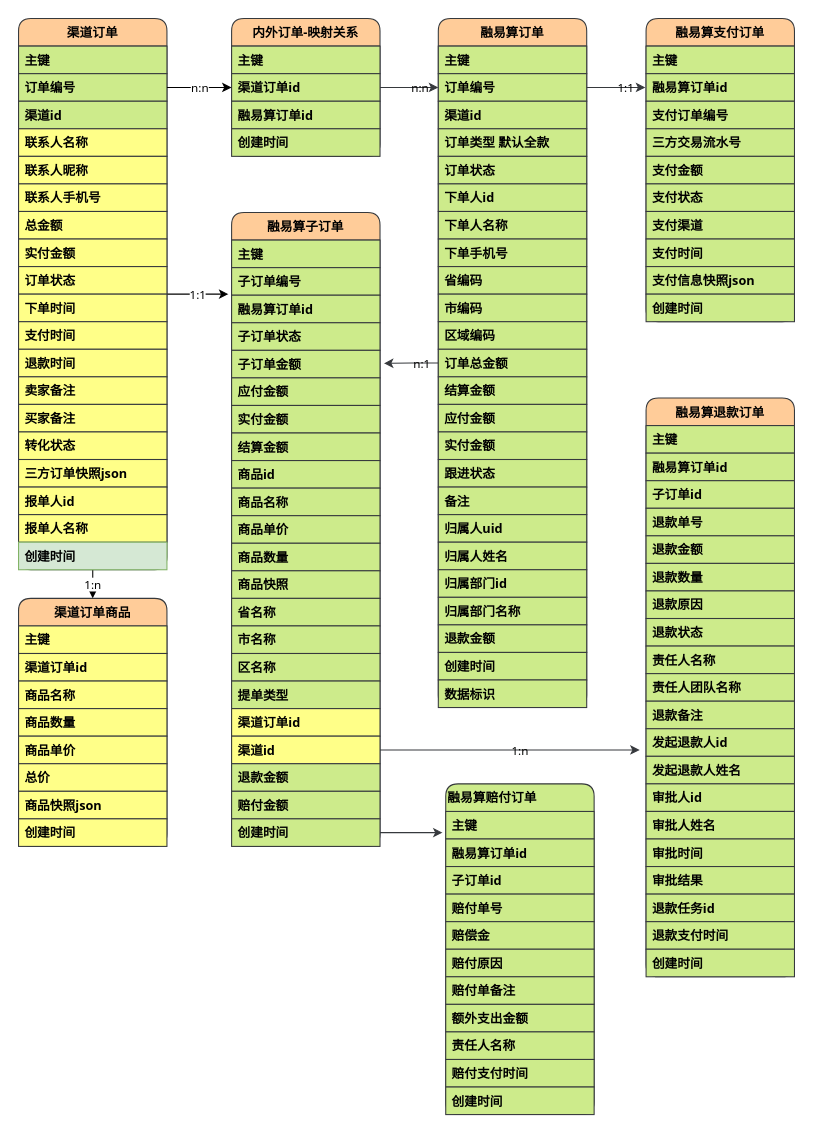
Before: 渠道订单DB.drawio in zhaoershuang/flow-chart, a draw.io diagram. Source tidied: cells renumbered, new cells numbered last; positions are measured from the earlier drawing's top-left corner, leaving out a move shared by most shapes. Both pictures are drawn from the tidied source at 106%, with x=0, y=0 at pixel (18, 18).
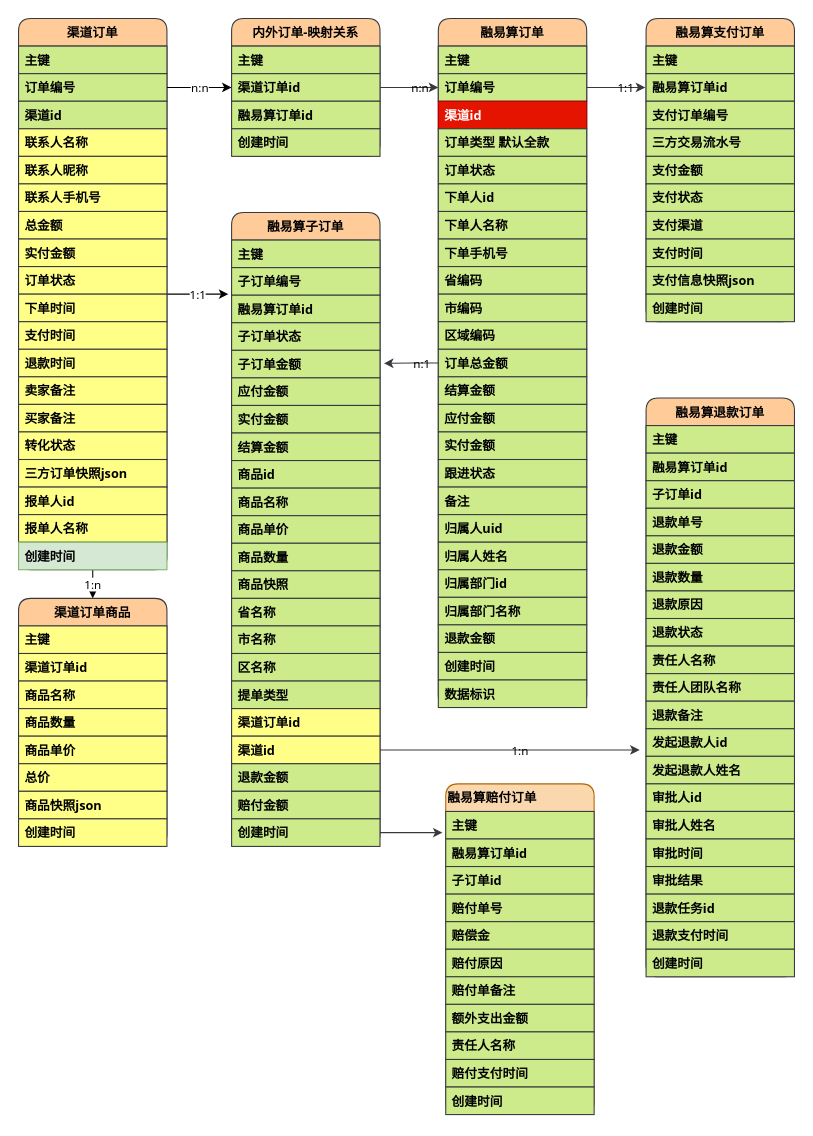
Above is the later version.

Commit message (it also covers changes not shown here):
更新渠道订单DB.drawio

The change refers to these unchanged cells:
```xml
<mxCell id="40" value="融易算订单" style="swimlane;fontStyle=1;horizontal=1;startSize=26;rounded=1;sketch=0;swimlaneFillColor=none;fontFamily=Tahoma;fillColor=#ffcc99;strokeColor=#36393d;align=center;labelBackgroundColor=none;labelBorderColor=none;shadow=0;" parent="1" vertex="1">
  <mxGeometry x="396" width="140" height="650" as="geometry" />
</mxCell>
```

The edit, as a diff of the source:
```diff
@@
-    <mxCell id="43" value="渠道id" style="text;align=left;verticalAlign=top;spacingLeft=4;spacingRight=4;overflow=hidden;fontStyle=1;fontFamily=Tahoma;fillColor=#cdeb8b;strokeColor=#36393d;labelBackgroundColor=none;labelBorderColor=none;shadow=0;" parent="40" vertex="1">
+    <mxCell id="43" value="渠道id" style="text;align=left;verticalAlign=top;spacingLeft=4;spacingRight=4;overflow=hidden;fontStyle=1;fontFamily=Tahoma;fillColor=#e51400;strokeColor=#B20000;labelBackgroundColor=none;labelBorderColor=none;shadow=0;fontColor=#ffffff;" parent="40" vertex="1">
       <mxGeometry y="78" width="140" height="26" as="geometry" />
     </mxCell>
@@
-    <mxCell id="122" value="融易算赔付订单" style="swimlane;fontStyle=1;horizontal=1;startSize=26;rounded=1;fontFamily=Tahoma;fillColor=#cdeb8b;strokeColor=#36393d;align=left;labelBackgroundColor=none;labelBorderColor=none;shadow=0;" parent="1" vertex="1">
+    <mxCell id="122" value="融易算赔付订单" style="swimlane;fontStyle=1;horizontal=1;startSize=26;rounded=1;fontFamily=Tahoma;fillColor=#fad7ac;strokeColor=#b46504;align=left;labelBackgroundColor=none;labelBorderColor=none;shadow=0;" parent="1" vertex="1">
       <mxGeometry x="403" y="722" width="140" height="312" as="geometry" />
     </mxCell>
```
